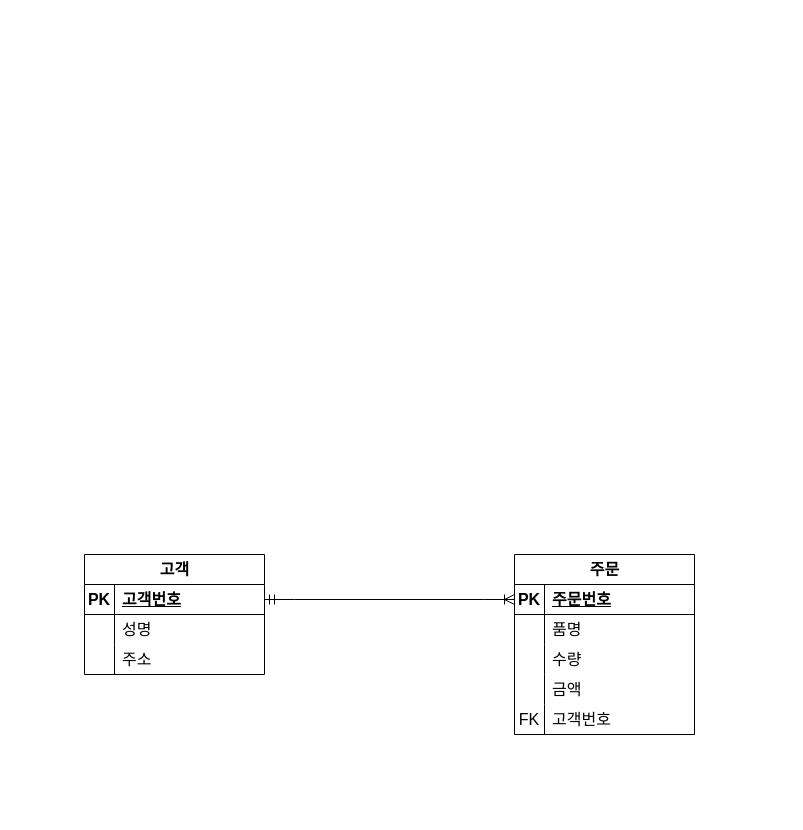
Earlier version of the draw.io diagram exam.drawio (eric5621/jubilant-couscous). Source tidied: cells renumbered, new cells numbered last; positions are measured from the earlier drawing's top-left corner, leaving out a move shared by most shapes. Both pictures are drawn from the tidied source at 100%, with x=0, y=0 at pixel (84, 554).
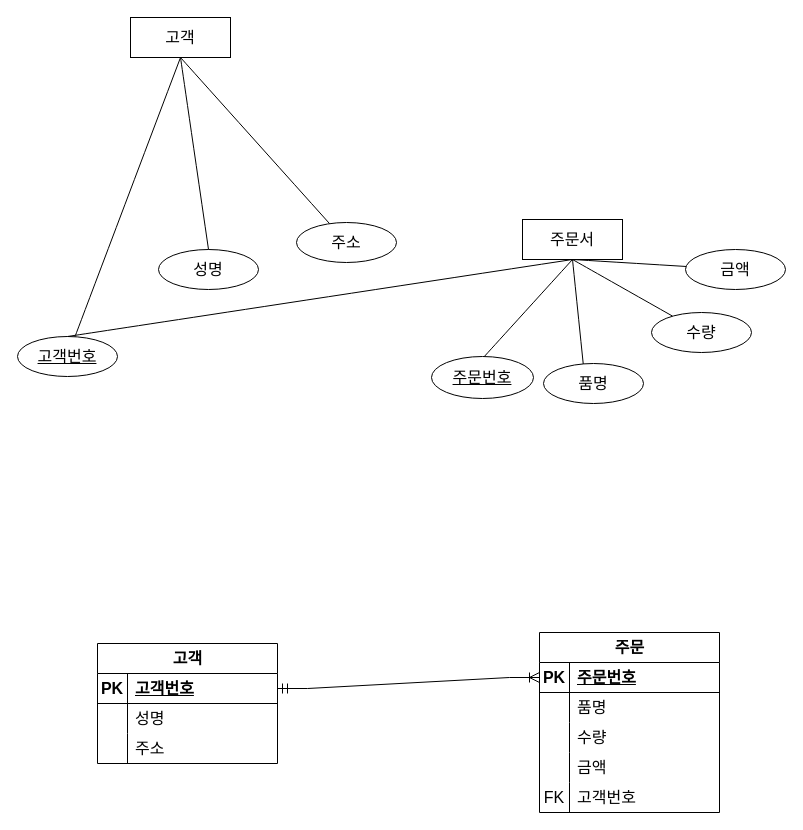
The same page after the edit.

The edit, as a diff of the source:
```diff
@@
     <mxCell id="2" value="고객" style="shape=table;startSize=30;childLayout=tableLayout;rowLines=0;fontStyle=1;align=center;html=1;fontSize=16;" parent="1" vertex="1">
-      <mxGeometry width="180" height="120" as="geometry" />
+      <mxGeometry x="13" y="89" width="180" height="120" as="geometry" />
     </mxCell>
@@
     <mxCell id="12" value="주문" style="shape=table;startSize=30;childLayout=tableLayout;rowLines=0;fontStyle=1;align=center;html=1;fontSize=16;" parent="1" vertex="1">
-      <mxGeometry x="430" width="180" height="180" as="geometry" />
+      <mxGeometry x="455" y="78" width="180" height="180" as="geometry" />
     </mxCell>
@@
+    <mxCell id="29" value="고객" style="whiteSpace=wrap;html=1;align=center;fontSize=16;" parent="1" vertex="1">
+      <mxGeometry x="46" y="-537" width="100" height="40" as="geometry" />
+    </mxCell>
+    <mxCell id="30" value="고객번호" style="ellipse;whiteSpace=wrap;html=1;align=center;fontStyle=4;fontSize=16;" parent="1" vertex="1">
+      <mxGeometry x="-67" y="-218" width="100" height="40" as="geometry" />
+    </mxCell>
+    <mxCell id="31" value="성명" style="ellipse;whiteSpace=wrap;html=1;align=center;fontSize=16;" parent="1" vertex="1">
+      <mxGeometry x="74" y="-305" width="100" height="40" as="geometry" />
+    </mxCell>
+    <mxCell id="32" style="endArrow=none;html=1;rounded=0;fontSize=12;startSize=8;endSize=8;curved=1;exitX=0.5;exitY=1;exitDx=0;exitDy=0;" parent="1" edge="1" source="29" target="33">
+      <mxGeometry relative="1" as="geometry" />
+    </mxCell>
+    <mxCell id="33" value="주소" style="ellipse;whiteSpace=wrap;html=1;align=center;fontSize=16;" parent="1" vertex="1">
+      <mxGeometry x="212" y="-332" width="100" height="40" as="geometry" />
+    </mxCell>
+    <mxCell id="34" value="주문서" style="whiteSpace=wrap;html=1;align=center;fontSize=16;" parent="1" vertex="1">
+      <mxGeometry x="438" y="-335" width="100" height="40" as="geometry" />
+    </mxCell>
+    <mxCell id="35" style="endArrow=none;html=1;rounded=0;fontSize=12;startSize=8;endSize=8;curved=1;entryX=0.5;entryY=1;entryDx=0;entryDy=0;" parent="1" edge="1" target="34">
+      <mxGeometry relative="1" as="geometry">
+        <mxPoint x="398" y="-196" as="sourcePoint" />
+      </mxGeometry>
+    </mxCell>
+    <mxCell id="36" value="주문번호" style="ellipse;whiteSpace=wrap;html=1;align=center;fontStyle=4;fontSize=16;" parent="1" vertex="1">
+      <mxGeometry x="347" y="-198" width="102" height="42" as="geometry" />
+    </mxCell>
+    <mxCell id="37" style="endArrow=none;html=1;rounded=0;fontSize=12;startSize=8;endSize=8;curved=1;exitX=0.5;exitY=1;exitDx=0;exitDy=0;" parent="1" edge="1" source="34">
+      <mxGeometry relative="1" as="geometry">
+        <mxPoint x="499" y="-188" as="targetPoint" />
+      </mxGeometry>
+    </mxCell>
+    <mxCell id="38" value="품명" style="ellipse;whiteSpace=wrap;html=1;align=center;fontSize=16;" parent="1" vertex="1">
+      <mxGeometry x="459" y="-191" width="100" height="40" as="geometry" />
+    </mxCell>
+    <mxCell id="39" style="endArrow=none;html=1;rounded=0;fontSize=12;startSize=8;endSize=8;curved=1;exitX=0.5;exitY=1;exitDx=0;exitDy=0;" parent="1" edge="1" source="34" target="40">
+      <mxGeometry relative="1" as="geometry" />
+    </mxCell>
+    <mxCell id="40" value="수량" style="ellipse;whiteSpace=wrap;html=1;align=center;fontSize=16;" parent="1" vertex="1">
+      <mxGeometry x="567" y="-242" width="100" height="40" as="geometry" />
+    </mxCell>
+    <mxCell id="41" style="endArrow=none;html=1;rounded=0;fontSize=12;startSize=8;endSize=8;curved=1;exitX=0.5;exitY=1;exitDx=0;exitDy=0;" parent="1" edge="1" source="34" target="42">
+      <mxGeometry relative="1" as="geometry" />
+    </mxCell>
+    <mxCell id="42" value="금액" style="ellipse;whiteSpace=wrap;html=1;align=center;fontSize=16;" parent="1" vertex="1">
+      <mxGeometry x="601" y="-305" width="100" height="40" as="geometry" />
+    </mxCell>
+    <mxCell id="43" style="endArrow=none;html=1;rounded=0;fontSize=12;startSize=8;endSize=8;curved=1;entryX=0.5;entryY=1;entryDx=0;entryDy=0;exitX=0.5;exitY=0;exitDx=0;exitDy=0;" parent="1" edge="1" source="30" target="34">
+      <mxGeometry relative="1" as="geometry" />
+    </mxCell>
+    <mxCell id="44" style="endArrow=none;html=1;rounded=0;fontSize=12;startSize=8;endSize=8;curved=1;entryX=0.5;entryY=0;entryDx=0;entryDy=0;exitX=0.5;exitY=1;exitDx=0;exitDy=0;" parent="1" edge="1" source="29" target="31">
+      <mxGeometry relative="1" as="geometry" />
+    </mxCell>
+    <mxCell id="45" style="endArrow=none;html=1;rounded=0;fontSize=12;startSize=8;endSize=8;curved=1;entryX=0.5;entryY=1;entryDx=0;entryDy=0;" parent="1" edge="1" source="30" target="29">
+      <mxGeometry relative="1" as="geometry" />
+    </mxCell>
```
